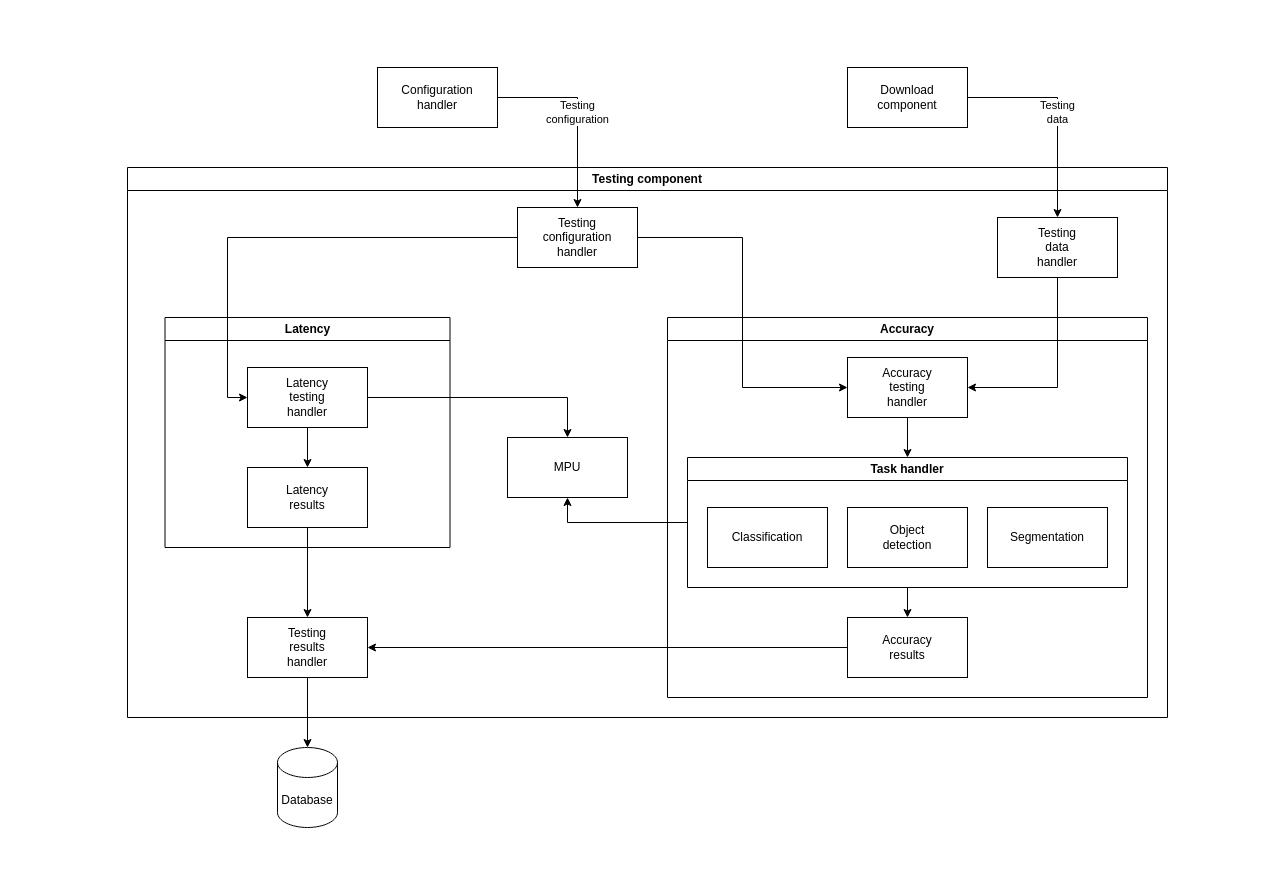
Earlier version of the draw.io diagram SystemDesign/Diagrams/TestingComponent.drawio (ponik73/MasterThesis). Source tidied: cells renumbered, new cells numbered last; positions are measured from the earlier drawing's top-left corner, leaving out a move shared by most shapes. Both pictures are drawn from the tidied source at 100%, with x=0, y=0 at pixel (127, 67).
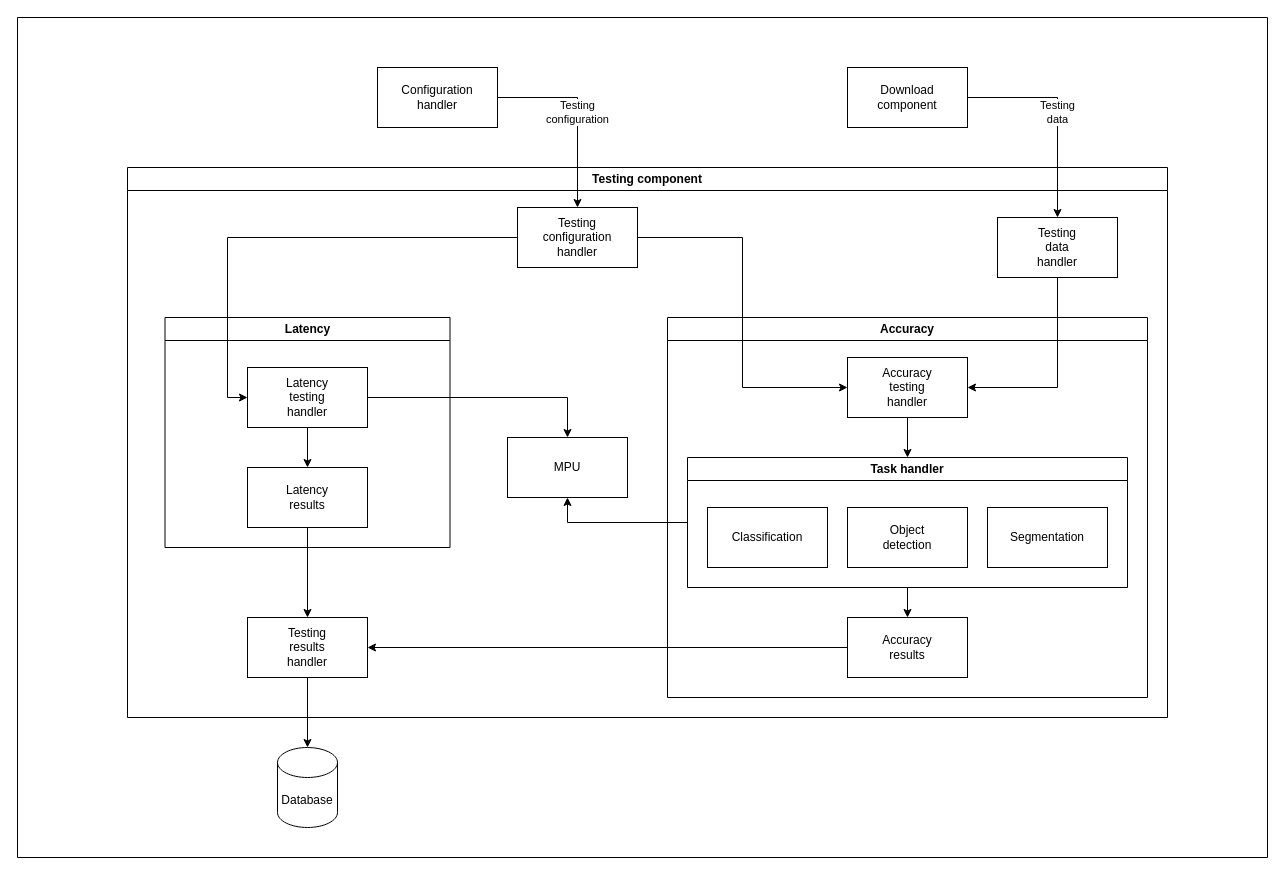
Above is the later version.

Change to the diagram source:
```diff
@@
+    <mxCell id="33" style="swimlane;startSize=0;" parent="1" vertex="1">
+      <mxGeometry x="-110" y="-50" width="1250" height="840" as="geometry" />
+    </mxCell>
```
